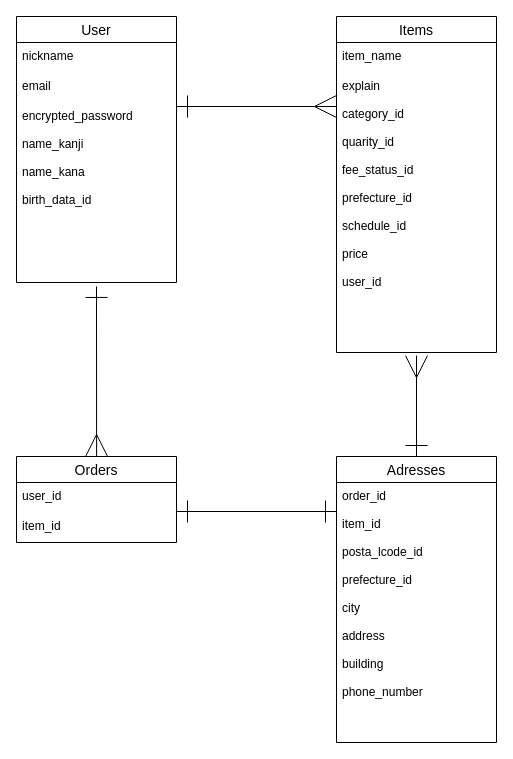
The draw.io diagram ER.dio in KazutakaSuzuki/furima-39272, before the edit. Source tidied: cells renumbered, new cells numbered last; positions are measured from the earlier drawing's top-left corner, leaving out a move shared by most shapes. Both pictures are drawn from the tidied source at 100%, with x=0, y=0 at pixel (16, 16).
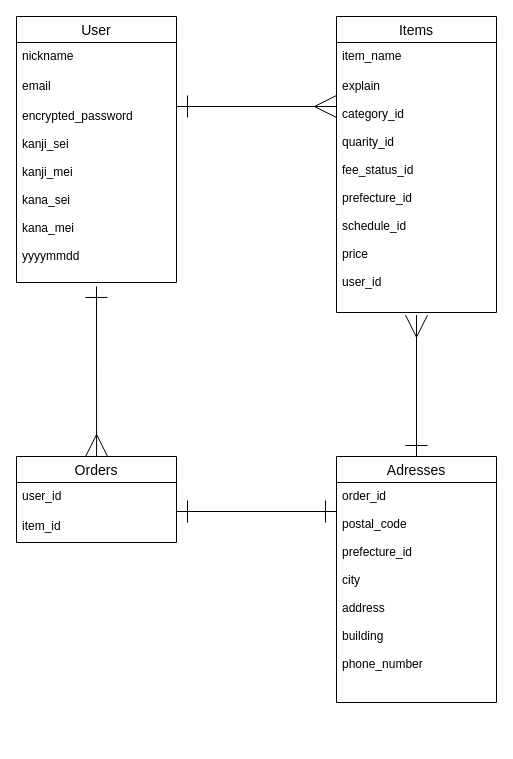
After the change.

Commit message (it also covers changes not shown here):
ER図/テーブル設計修正4

Unchanged cells that the change refers to:
```xml
<mxCell id="2" value="User" style="swimlane;fontStyle=0;horizontal=1;startSize=26;align=center;fontSize=14;" parent="1" vertex="1">
  <mxGeometry width="160" height="266" as="geometry" />
</mxCell>
```

Change to the diagram source:
```diff
@@
-    <mxCell id="5" value="encrypted_password&#10;&#10;name_kanji&#10;&#10;name_kana&#10;&#10;birth_data_id" style="text;strokeColor=none;fillColor=none;spacingLeft=4;spacingRight=4;overflow=hidden;points=[[0,0.5],[1,0.5]];portConstraint=eastwest;fontSize=12;" parent="2" vertex="1">
+    <mxCell id="5" value="encrypted_password&#10;&#10;kanji_sei&#10;&#10;kanji_mei&#10;&#10;kana_sei&#10;&#10;kana_mei&#10;&#10;yyyymmdd" style="text;strokeColor=none;fillColor=none;spacingLeft=4;spacingRight=4;overflow=hidden;points=[[0,0.5],[1,0.5]];portConstraint=eastwest;fontSize=12;" parent="2" vertex="1">
       <mxGeometry y="86" width="160" height="180" as="geometry" />
     </mxCell>
     <mxCell id="6" value="Items" style="swimlane;fontStyle=0;horizontal=1;startSize=26;align=center;fontSize=14;swimlaneLine=1;strokeColor=default;" parent="1" vertex="1">
-      <mxGeometry x="320" width="160" height="336" as="geometry" />
+      <mxGeometry x="320" width="160" height="296" as="geometry" />
     </mxCell>
@@
     <mxCell id="8" value="explain&#10;&#10;category_id&#10;&#10;quarity_id&#10;&#10;fee_status_id&#10;&#10;prefecture_id&#10;&#10;schedule_id&#10;&#10;price&#10;&#10;user_id&#10;&#10;&#10;&#10;&#10;&#10;&#10;&#10;&#10;" style="text;strokeColor=none;fillColor=none;spacingLeft=4;spacingRight=4;overflow=hidden;points=[[0,0.5],[1,0.5]];portConstraint=eastwest;fontSize=12;" parent="6" vertex="1">
-      <mxGeometry y="56" width="160" height="280" as="geometry" />
+      <mxGeometry y="56" width="160" height="240" as="geometry" />
     </mxCell>
     <mxCell id="9" value="Adresses" style="swimlane;fontStyle=0;horizontal=1;startSize=26;align=center;fontSize=14;" parent="1" vertex="1">
-      <mxGeometry x="320" y="440" width="160" height="286" as="geometry" />
+      <mxGeometry x="320" y="440" width="160" height="246" as="geometry" />
     </mxCell>
-    <mxCell id="10" value="order_id&#10;&#10;item_id&#10;&#10;posta_lcode_id&#10;&#10;prefecture_id&#10;&#10;city&#10;&#10;address&#10;&#10;building&#10;&#10;phone_number" style="text;strokeColor=none;fillColor=none;spacingLeft=4;spacingRight=4;overflow=hidden;fontSize=12;" parent="9" vertex="1">
-      <mxGeometry y="26" width="160" height="260" as="geometry" />
+    <mxCell id="10" value="order_id&#10;&#10;postal_code&#10;&#10;prefecture_id&#10;&#10;city&#10;&#10;address&#10;&#10;building&#10;&#10;phone_number" style="text;strokeColor=none;fillColor=none;spacingLeft=4;spacingRight=4;overflow=hidden;fontSize=12;" parent="9" vertex="1">
+      <mxGeometry y="26" width="160" height="220" as="geometry" />
     </mxCell>
```
